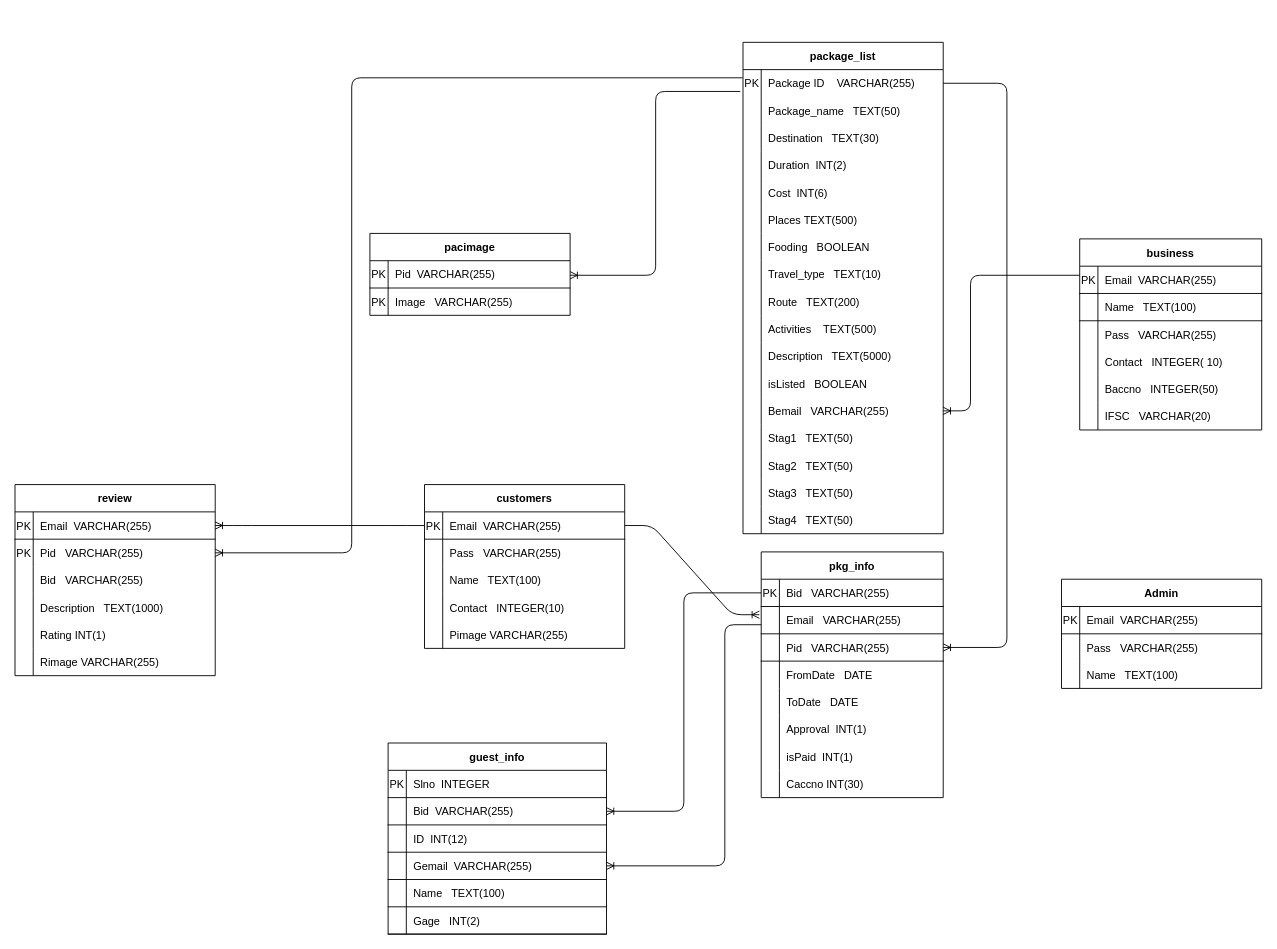
PCMasterRace007/ER keeps this draw.io diagram as ERD_SCHEMA_WITH_PAKCAGE.drawio. Above is the earlier version. Source tidied: cells renumbered, new cells numbered last; positions are measured from the earlier drawing's top-left corner, leaving out a move shared by most shapes. Both pictures are drawn from the tidied source at 91%, with x=0, y=0 at pixel (15, 42).
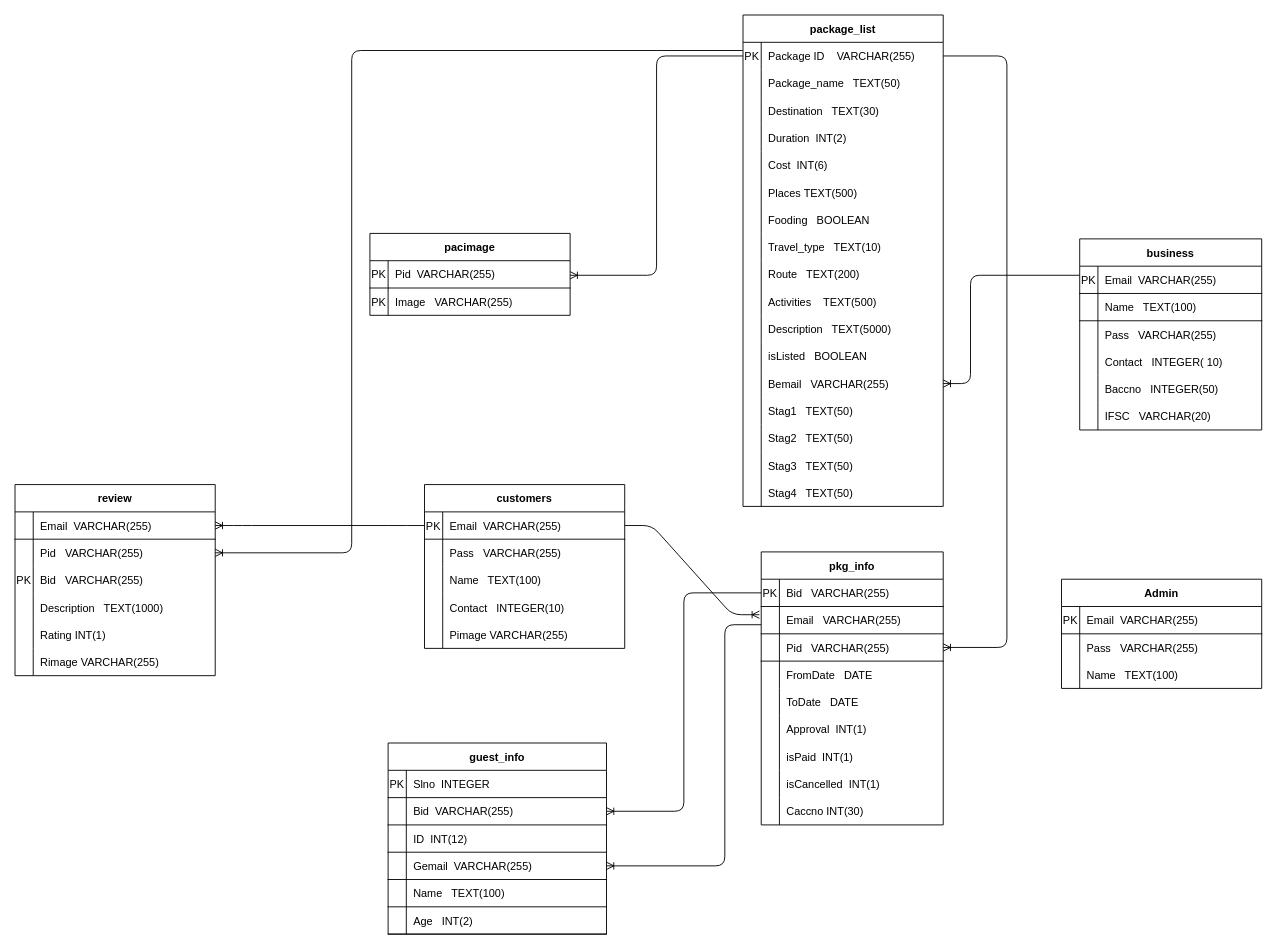
Above is the later version.

The change refers to these unchanged cells:
```xml
<mxCell id="3" style="shape=partialRectangle;fillColor=none;top=0;left=0;bottom=0;right=0;points=[[0,0.5],[1,0.5]];portConstraint=eastwest;" parent="2" vertex="1">
  <mxGeometry y="30" width="220" height="30" as="geometry" />
</mxCell>
<mxCell id="105" style="shape=partialRectangle;fillColor=none;top=0;left=0;bottom=1;right=0;" parent="89" vertex="1">
  <mxGeometry y="180" width="240" height="30" as="geometry" />
</mxCell>
<mxCell id="136" style="shape=partialRectangle;fillColor=none;top=0;left=0;bottom=1;right=0;points=[[0,0.5],[1,0.5]];portConstraint=eastwest;" parent="135" vertex="1">
  <mxGeometry y="30" width="220" height="30" as="geometry" />
</mxCell>
<mxCell id="139" style="shape=partialRectangle;fillColor=none;top=0;left=0;bottom=0;right=0;points=[[0,0.5],[1,0.5]];portConstraint=eastwest;" parent="135" vertex="1">
  <mxGeometry y="60" width="220" height="30" as="geometry" />
</mxCell>
<mxCell id="142" style="shape=partialRectangle;fillColor=none;top=0;left=0;bottom=0;right=0;" parent="135" vertex="1">
  <mxGeometry y="90" width="220" height="30" as="geometry" />
</mxCell>
```

Diff of the diagram source:
```diff
@@
     <mxCell id="2" value="package_list" style="shape=table;startSize=30;childLayout=tableLayout;rowLines=0;fontStyle=1;align=center;" parent="1" vertex="1">
-      <mxGeometry x="800" width="220" height="540" as="geometry" />
+      <mxGeometry x="800" y="-30" width="220" height="540" as="geometry" />
     </mxCell>
@@
-    <mxCell id="107" value="Gage   INT(2)" style="shape=partialRectangle;fillColor=none;top=0;left=0;bottom=0;right=0;align=left;spacingLeft=6;fontStyle=0;overflow=hidden;" parent="105" vertex="1">
+    <mxCell id="107" value="Age   INT(2)" style="shape=partialRectangle;fillColor=none;top=0;left=0;bottom=0;right=0;align=left;spacingLeft=6;fontStyle=0;overflow=hidden;" parent="105" vertex="1">
       <mxGeometry x="20" width="220" height="30" as="geometry" />
     </mxCell>
     <mxCell id="108" value="pkg_info" style="shape=table;startSize=30;childLayout=tableLayout;rowLines=0;fontStyle=1;align=center;" parent="1" vertex="1">
-      <mxGeometry x="820" y="560" width="200" height="270" as="geometry" />
+      <mxGeometry x="820" y="560" width="200" height="300" as="geometry" />
     </mxCell>
@@
+    <mxCell id="177" style="shape=partialRectangle;fillColor=none;top=0;left=0;bottom=0;right=0;" parent="108" vertex="1">
+      <mxGeometry y="240" width="200" height="30" as="geometry" />
+    </mxCell>
+    <mxCell id="178" style="shape=partialRectangle;fillColor=none;top=0;left=0;bottom=0;right=0;overflow=hidden;" parent="177" vertex="1">
+      <mxGeometry width="20" height="30" as="geometry" />
+    </mxCell>
+    <mxCell id="179" value="isCancelled  INT(1)" style="shape=partialRectangle;fillColor=none;top=0;left=0;bottom=0;right=0;align=left;spacingLeft=6;overflow=hidden;" parent="177" vertex="1">
+      <mxGeometry x="20" width="180" height="30" as="geometry" />
+    </mxCell>
     <mxCell id="130" style="shape=partialRectangle;fillColor=none;top=0;left=0;bottom=0;right=0;" parent="108" vertex="1">
-      <mxGeometry y="240" width="200" height="30" as="geometry" />
+      <mxGeometry y="270" width="200" height="30" as="geometry" />
     </mxCell>
@@
-    <mxCell id="137" value="PK" style="shape=partialRectangle;fillColor=none;top=0;left=0;bottom=0;right=0;fontStyle=0;overflow=hidden;" parent="136" vertex="1">
+    <mxCell id="137" style="shape=partialRectangle;fillColor=none;top=0;left=0;bottom=0;right=0;fontStyle=0;overflow=hidden;" parent="136" vertex="1">
       <mxGeometry width="20" height="30" as="geometry" />
     </mxCell>
@@
-    <mxCell id="140" value="PK" style="shape=partialRectangle;fillColor=none;top=0;left=0;bottom=0;right=0;overflow=hidden;" parent="139" vertex="1">
+    <mxCell id="140" style="shape=partialRectangle;fillColor=none;top=0;left=0;bottom=0;right=0;overflow=hidden;" parent="139" vertex="1">
       <mxGeometry width="20" height="30" as="geometry" />
     </mxCell>
@@
-    <mxCell id="143" style="shape=partialRectangle;fillColor=none;top=0;left=0;bottom=0;right=0;overflow=hidden;" parent="142" vertex="1">
+    <mxCell id="143" value="PK" style="shape=partialRectangle;fillColor=none;top=0;left=0;bottom=0;right=0;overflow=hidden;" parent="142" vertex="1">
       <mxGeometry width="20" height="30" as="geometry" />
     </mxCell>
@@
-    <mxCell id="163" style="edgeStyle=elbowEdgeStyle;fontSize=12;html=1;endArrow=ERoneToMany;" parent="1" edge="1">
+    <mxCell id="163" style="edgeStyle=elbowEdgeStyle;fontSize=12;html=1;endArrow=ERoneToMany;exitX=0;exitY=0.5;exitDx=0;exitDy=0;" parent="1" edge="1" source="3">
       <mxGeometry relative="1" as="geometry">
-        <mxPoint x="797" y="54" as="sourcePoint" />
         <mxPoint x="610" y="256" as="targetPoint" />
       </mxGeometry>
     </mxCell>
```
